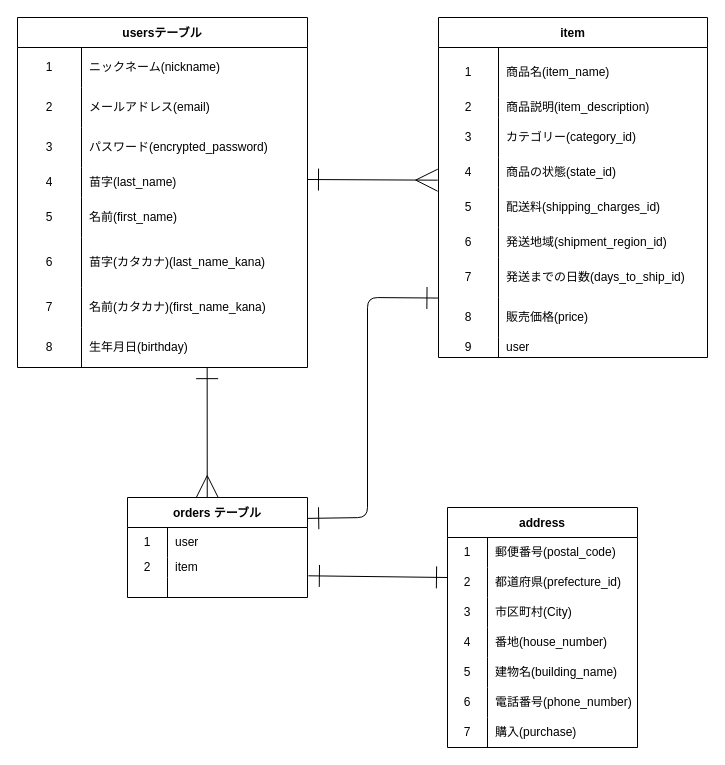
Before: ER.dio in tojo-0912/furima-39976, a draw.io diagram. Source tidied: cells renumbered, new cells numbered last; positions are measured from the earlier drawing's top-left corner, leaving out a move shared by most shapes. Both pictures are drawn from the tidied source at 100%, with x=0, y=0 at pixel (17, 17).
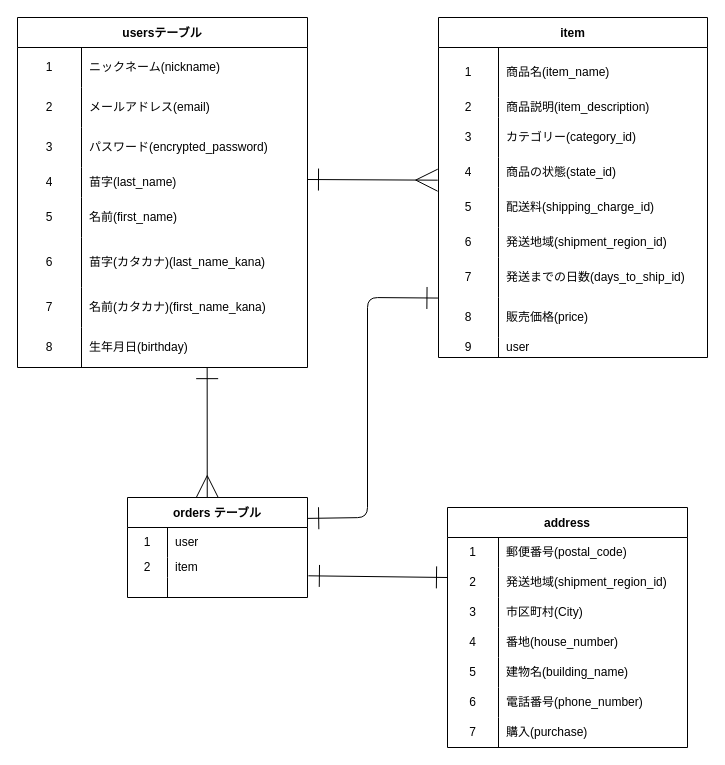
The same diagram, later.

Commit message (it also covers changes not shown here):
データベースの設計(修正１)

Unchanged cells that the change refers to:
```xml
<mxCell id="75" style="shape=tableRow;horizontal=0;startSize=0;swimlaneHead=0;swimlaneBody=0;top=0;left=0;bottom=0;right=0;fillColor=none;" parent="62" vertex="1">
  <mxGeometry y="170" width="269" height="40" as="geometry" />
</mxCell>
```

Diff of the diagram source:
```diff
@@
     <mxCell id="27" value="address" style="shape=table;startSize=30;childLayout=tableLayout;rowLines=0;fontStyle=1;" parent="1" vertex="1">
-      <mxGeometry x="430" y="490" width="190" height="240" as="geometry" />
+      <mxGeometry x="430" y="490" width="240" height="240" as="geometry" />
     </mxCell>
     <mxCell id="28" style="shape=tableRow;horizontal=0;startSize=0;swimlaneHead=0;swimlaneBody=0;top=0;left=0;bottom=0;right=0;fillColor=none;" parent="27" vertex="1">
-      <mxGeometry y="30" width="190" height="30" as="geometry" />
+      <mxGeometry y="30" width="240" height="30" as="geometry" />
     </mxCell>
     <mxCell id="29" value="1" style="shape=partialRectangle;html=1;whiteSpace=wrap;fillColor=none;top=0;left=0;bottom=0;right=0;overflow=hidden;" parent="28" vertex="1">
-      <mxGeometry width="40" height="30" as="geometry" />
+      <mxGeometry width="51" height="30" as="geometry" />
     </mxCell>
     <mxCell id="30" value="郵便番号(postal_code)" style="shape=partialRectangle;html=1;whiteSpace=wrap;fillColor=none;top=0;left=0;bottom=0;right=0;align=left;spacingLeft=6;overflow=hidden;" parent="28" vertex="1">
-      <mxGeometry x="40" width="150" height="30" as="geometry" />
+      <mxGeometry x="51" width="189" height="30" as="geometry" />
     </mxCell>
     <mxCell id="31" style="shape=tableRow;horizontal=0;startSize=0;swimlaneHead=0;swimlaneBody=0;top=0;left=0;bottom=0;right=0;fillColor=none;" parent="27" vertex="1">
-      <mxGeometry y="60" width="190" height="30" as="geometry" />
+      <mxGeometry y="60" width="240" height="30" as="geometry" />
     </mxCell>
     <mxCell id="32" value="2" style="shape=partialRectangle;html=1;whiteSpace=wrap;fillColor=none;top=0;left=0;bottom=0;right=0;overflow=hidden;" parent="31" vertex="1">
-      <mxGeometry width="40" height="30" as="geometry" />
+      <mxGeometry width="51" height="30" as="geometry" />
     </mxCell>
-    <mxCell id="33" value="都道府県(prefecture_id)" style="shape=partialRectangle;html=1;whiteSpace=wrap;fillColor=none;top=0;left=0;bottom=0;right=0;align=left;spacingLeft=6;overflow=hidden;" parent="31" vertex="1">
-      <mxGeometry x="40" width="150" height="30" as="geometry" />
+    <mxCell id="33" value="発送地域(shipment_region_id)" style="shape=partialRectangle;html=1;whiteSpace=wrap;fillColor=none;top=0;left=0;bottom=0;right=0;align=left;spacingLeft=6;overflow=hidden;" parent="31" vertex="1">
+      <mxGeometry x="51" width="189" height="30" as="geometry" />
     </mxCell>
     <mxCell id="34" style="shape=tableRow;horizontal=0;startSize=0;swimlaneHead=0;swimlaneBody=0;top=0;left=0;bottom=0;right=0;fillColor=none;" parent="27" vertex="1">
-      <mxGeometry y="90" width="190" height="30" as="geometry" />
+      <mxGeometry y="90" width="240" height="30" as="geometry" />
     </mxCell>
     <mxCell id="35" value="3" style="shape=partialRectangle;html=1;whiteSpace=wrap;fillColor=none;top=0;left=0;bottom=0;right=0;overflow=hidden;" parent="34" vertex="1">
-      <mxGeometry width="40" height="30" as="geometry" />
+      <mxGeometry width="51" height="30" as="geometry" />
     </mxCell>
     <mxCell id="36" value="市区町村(City)" style="shape=partialRectangle;html=1;whiteSpace=wrap;fillColor=none;top=0;left=0;bottom=0;right=0;align=left;spacingLeft=6;overflow=hidden;" parent="34" vertex="1">
-      <mxGeometry x="40" width="150" height="30" as="geometry" />
+      <mxGeometry x="51" width="189" height="30" as="geometry" />
     </mxCell>
     <mxCell id="37" style="shape=tableRow;horizontal=0;startSize=0;swimlaneHead=0;swimlaneBody=0;top=0;left=0;bottom=0;right=0;fillColor=none;" parent="27" vertex="1">
-      <mxGeometry y="120" width="190" height="30" as="geometry" />
+      <mxGeometry y="120" width="240" height="30" as="geometry" />
     </mxCell>
     <mxCell id="38" value="4" style="shape=partialRectangle;html=1;whiteSpace=wrap;fillColor=none;top=0;left=0;bottom=0;right=0;overflow=hidden;" parent="37" vertex="1">
-      <mxGeometry width="40" height="30" as="geometry" />
+      <mxGeometry width="51" height="30" as="geometry" />
     </mxCell>
     <mxCell id="39" value="番地(house_number)" style="shape=partialRectangle;html=1;whiteSpace=wrap;fillColor=none;top=0;left=0;bottom=0;right=0;align=left;spacingLeft=6;overflow=hidden;" parent="37" vertex="1">
-      <mxGeometry x="40" width="150" height="30" as="geometry" />
+      <mxGeometry x="51" width="189" height="30" as="geometry" />
     </mxCell>
     <mxCell id="40" style="shape=tableRow;horizontal=0;startSize=0;swimlaneHead=0;swimlaneBody=0;top=0;left=0;bottom=0;right=0;fillColor=none;" parent="27" vertex="1">
-      <mxGeometry y="150" width="190" height="30" as="geometry" />
+      <mxGeometry y="150" width="240" height="30" as="geometry" />
     </mxCell>
     <mxCell id="41" value="5" style="shape=partialRectangle;html=1;whiteSpace=wrap;fillColor=none;top=0;left=0;bottom=0;right=0;overflow=hidden;" parent="40" vertex="1">
-      <mxGeometry width="40" height="30" as="geometry" />
+      <mxGeometry width="51" height="30" as="geometry" />
     </mxCell>
     <mxCell id="42" value="建物名(building_name)" style="shape=partialRectangle;html=1;whiteSpace=wrap;fillColor=none;top=0;left=0;bottom=0;right=0;align=left;spacingLeft=6;overflow=hidden;" parent="40" vertex="1">
-      <mxGeometry x="40" width="150" height="30" as="geometry" />
+      <mxGeometry x="51" width="189" height="30" as="geometry" />
     </mxCell>
     <mxCell id="43" style="shape=tableRow;horizontal=0;startSize=0;swimlaneHead=0;swimlaneBody=0;top=0;left=0;bottom=0;right=0;fillColor=none;" parent="27" vertex="1">
-      <mxGeometry y="180" width="190" height="30" as="geometry" />
+      <mxGeometry y="180" width="240" height="30" as="geometry" />
     </mxCell>
     <mxCell id="44" value="6" style="shape=partialRectangle;html=1;whiteSpace=wrap;fillColor=none;top=0;left=0;bottom=0;right=0;overflow=hidden;" parent="43" vertex="1">
-      <mxGeometry width="40" height="30" as="geometry" />
+      <mxGeometry width="51" height="30" as="geometry" />
     </mxCell>
     <mxCell id="45" value="電話番号(phone_number)" style="shape=partialRectangle;html=1;whiteSpace=wrap;fillColor=none;top=0;left=0;bottom=0;right=0;align=left;spacingLeft=6;overflow=hidden;" parent="43" vertex="1">
-      <mxGeometry x="40" width="150" height="30" as="geometry" />
+      <mxGeometry x="51" width="189" height="30" as="geometry" />
     </mxCell>
     <mxCell id="46" style="shape=tableRow;horizontal=0;startSize=0;swimlaneHead=0;swimlaneBody=0;top=0;left=0;bottom=0;right=0;fillColor=none;" parent="27" vertex="1">
-      <mxGeometry y="210" width="190" height="30" as="geometry" />
+      <mxGeometry y="210" width="240" height="30" as="geometry" />
     </mxCell>
     <mxCell id="47" value="7" style="shape=partialRectangle;html=1;whiteSpace=wrap;fillColor=none;top=0;left=0;bottom=0;right=0;overflow=hidden;" parent="46" vertex="1">
-      <mxGeometry width="40" height="30" as="geometry" />
+      <mxGeometry width="51" height="30" as="geometry" />
     </mxCell>
     <mxCell id="48" value="購入(purchase)" style="shape=partialRectangle;html=1;whiteSpace=wrap;fillColor=none;top=0;left=0;bottom=0;right=0;align=left;spacingLeft=6;overflow=hidden;" parent="46" vertex="1">
-      <mxGeometry x="40" width="150" height="30" as="geometry" />
+      <mxGeometry x="51" width="189" height="30" as="geometry" />
     </mxCell>
@@
-    <mxCell id="77" value="配送料(shipping_charges_id)" style="shape=partialRectangle;html=1;whiteSpace=wrap;fillColor=none;top=0;left=0;bottom=0;right=0;align=left;spacingLeft=6;overflow=hidden;verticalAlign=middle;spacingTop=0;" parent="75" vertex="1">
+    <mxCell id="77" value="配送料(shipping_charge_id)" style="shape=partialRectangle;html=1;whiteSpace=wrap;fillColor=none;top=0;left=0;bottom=0;right=0;align=left;spacingLeft=6;overflow=hidden;verticalAlign=middle;spacingTop=0;" parent="75" vertex="1">
       <mxGeometry x="60" width="209" height="40" as="geometry" />
     </mxCell>
```
